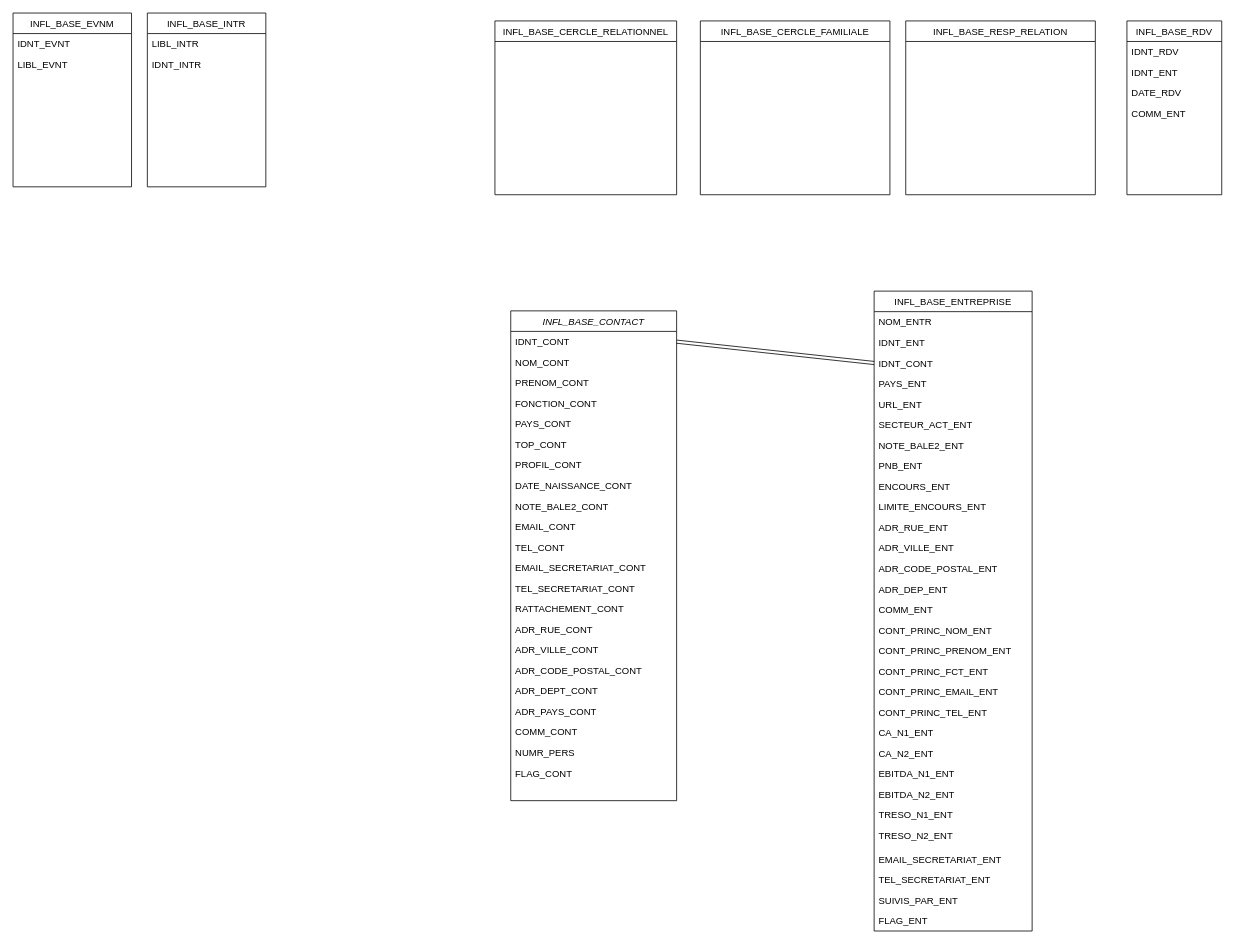
Earlier version of the draw.io diagram Diagramme sans nom.drawio (edou01/draw). Source tidied: cells renumbered, new cells numbered last; positions are measured from the earlier drawing's top-left corner, leaving out a move shared by most shapes. Both pictures are drawn from the tidied source at 79%, with x=0, y=0 at pixel (13, 13).
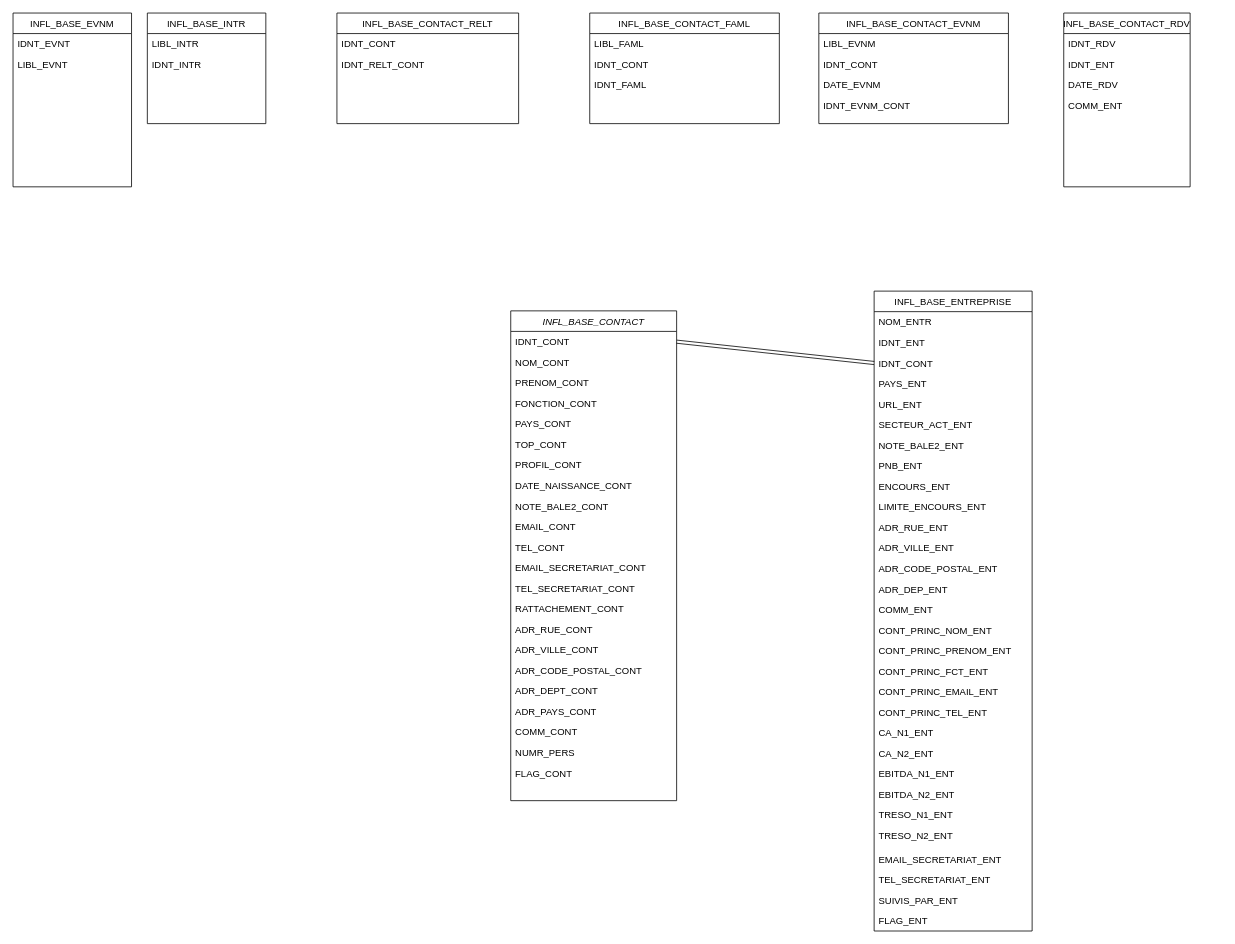
After the change.

Commit message:
Mettre à jour Diagramme sans nom.drawio

Diff of the diagram source:
```diff
@@
-    <mxCell id="25" value="INFL_BASE_RDV" style="swimlane;fontStyle=0;align=center;verticalAlign=top;horizontal=1;startSize=26;rounded=0;shadow=0;strokeWidth=1;" parent="1" vertex="1">
-      <mxGeometry x="1410" y="10" width="120" height="220" as="geometry" />
+    <mxCell id="25" value="INFL_BASE_CONTACT_RDV" style="swimlane;fontStyle=0;align=center;verticalAlign=top;horizontal=1;startSize=26;rounded=0;shadow=0;strokeWidth=1;" parent="1" vertex="1">
+      <mxGeometry x="1330" width="160" height="220" as="geometry" />
     </mxCell>
     <mxCell id="26" value="IDNT_RDV" style="text;align=left;verticalAlign=top;spacingLeft=4;spacingRight=4;overflow=hidden;rounded=0;shadow=0;html=0;" parent="25" vertex="1">
-      <mxGeometry y="26" width="120" height="26" as="geometry" />
+      <mxGeometry y="26" width="160" height="26" as="geometry" />
     </mxCell>
     <mxCell id="27" value="IDNT_ENT" style="text;align=left;verticalAlign=top;spacingLeft=4;spacingRight=4;overflow=hidden;rounded=0;shadow=0;html=0;" parent="25" vertex="1">
-      <mxGeometry y="52" width="120" height="26" as="geometry" />
+      <mxGeometry y="52" width="160" height="26" as="geometry" />
     </mxCell>
     <mxCell id="28" value="DATE_RDV" style="text;align=left;verticalAlign=top;spacingLeft=4;spacingRight=4;overflow=hidden;rounded=0;shadow=0;html=0;" parent="25" vertex="1">
-      <mxGeometry y="78" width="120" height="26" as="geometry" />
+      <mxGeometry y="78" width="160" height="26" as="geometry" />
     </mxCell>
     <mxCell id="29" value="COMM_ENT" style="text;align=left;verticalAlign=top;spacingLeft=4;spacingRight=4;overflow=hidden;rounded=0;shadow=0;html=0;" parent="25" vertex="1">
-      <mxGeometry y="104" width="120" height="26" as="geometry" />
+      <mxGeometry y="104" width="160" height="26" as="geometry" />
     </mxCell>
@@
     <mxCell id="61" value="INFL_BASE_INTR" style="swimlane;fontStyle=0;align=center;verticalAlign=top;horizontal=1;startSize=26;rounded=0;shadow=0;strokeWidth=1;" parent="1" vertex="1">
-      <mxGeometry x="170" width="150" height="220" as="geometry" />
+      <mxGeometry x="170" width="150" height="140" as="geometry" />
     </mxCell>
@@
-    <mxCell id="64" value="INFL_BASE_CERCLE_RELATIONNEL" style="swimlane;fontStyle=0;align=center;verticalAlign=top;horizontal=1;startSize=26;rounded=0;shadow=0;strokeWidth=1;" parent="1" vertex="1">
-      <mxGeometry x="610" y="10" width="230" height="220" as="geometry" />
+    <mxCell id="64" value="INFL_BASE_CONTACT_RELT" style="swimlane;fontStyle=0;align=center;verticalAlign=top;horizontal=1;startSize=26;rounded=0;shadow=0;strokeWidth=1;" parent="1" vertex="1">
+      <mxGeometry x="410" width="230" height="140" as="geometry" />
     </mxCell>
+    <mxCell id="71" value="IDNT_CONT       " style="text;align=left;verticalAlign=top;spacingLeft=4;spacingRight=4;overflow=hidden;rounded=0;shadow=0;html=0;" parent="64" vertex="1">
+      <mxGeometry y="26" width="230" height="26" as="geometry" />
+    </mxCell>
+    <mxCell id="72" value="IDNT_RELT_CONT  " style="text;align=left;verticalAlign=top;spacingLeft=4;spacingRight=4;overflow=hidden;rounded=0;shadow=0;html=0;" parent="64" vertex="1">
+      <mxGeometry y="52" width="230" height="26" as="geometry" />
+    </mxCell>
-    <mxCell id="65" value="INFL_BASE_CERCLE_FAMILIALE" style="swimlane;fontStyle=0;align=center;verticalAlign=top;horizontal=1;startSize=26;rounded=0;shadow=0;strokeWidth=1;" parent="1" vertex="1">
-      <mxGeometry x="870" y="10" width="240" height="220" as="geometry" />
+    <mxCell id="65" value="INFL_BASE_CONTACT_FAML" style="swimlane;fontStyle=0;align=center;verticalAlign=top;horizontal=1;startSize=26;rounded=0;shadow=0;strokeWidth=1;" parent="1" vertex="1">
+      <mxGeometry x="730" width="240" height="140" as="geometry" />
     </mxCell>
+    <mxCell id="73" value="LIBL_FAML  " style="text;align=left;verticalAlign=top;spacingLeft=4;spacingRight=4;overflow=hidden;rounded=0;shadow=0;html=0;" parent="65" vertex="1">
+      <mxGeometry y="26" width="240" height="26" as="geometry" />
+    </mxCell>
+    <mxCell id="74" value="IDNT_CONT  " style="text;align=left;verticalAlign=top;spacingLeft=4;spacingRight=4;overflow=hidden;rounded=0;shadow=0;html=0;" parent="65" vertex="1">
+      <mxGeometry y="52" width="240" height="26" as="geometry" />
+    </mxCell>
+    <mxCell id="75" value="IDNT_FAML  " style="text;align=left;verticalAlign=top;spacingLeft=4;spacingRight=4;overflow=hidden;rounded=0;shadow=0;html=0;" parent="65" vertex="1">
+      <mxGeometry y="78" width="240" height="26" as="geometry" />
+    </mxCell>
-    <mxCell id="66" value="INFL_BASE_RESP_RELATION" style="swimlane;fontStyle=0;align=center;verticalAlign=top;horizontal=1;startSize=26;rounded=0;shadow=0;strokeWidth=1;" parent="1" vertex="1">
-      <mxGeometry x="1130" y="10" width="240" height="220" as="geometry" />
+    <mxCell id="66" value="INFL_BASE_CONTACT_EVNM" style="swimlane;fontStyle=0;align=center;verticalAlign=top;horizontal=1;startSize=26;rounded=0;shadow=0;strokeWidth=1;" parent="1" vertex="1">
+      <mxGeometry x="1020" width="240" height="140" as="geometry" />
     </mxCell>
+    <mxCell id="76" value="LIBL_EVNM       " style="text;align=left;verticalAlign=top;spacingLeft=4;spacingRight=4;overflow=hidden;rounded=0;shadow=0;html=0;" parent="66" vertex="1">
+      <mxGeometry y="26" width="240" height="26" as="geometry" />
+    </mxCell>
+    <mxCell id="77" value="IDNT_CONT       " style="text;align=left;verticalAlign=top;spacingLeft=4;spacingRight=4;overflow=hidden;rounded=0;shadow=0;html=0;" parent="66" vertex="1">
+      <mxGeometry y="52" width="240" height="26" as="geometry" />
+    </mxCell>
+    <mxCell id="78" value="DATE_EVNM       " style="text;align=left;verticalAlign=top;spacingLeft=4;spacingRight=4;overflow=hidden;rounded=0;shadow=0;html=0;" parent="66" vertex="1">
+      <mxGeometry y="78" width="240" height="26" as="geometry" />
+    </mxCell>
+    <mxCell id="79" value="IDNT_EVNM_CONT  " style="text;align=left;verticalAlign=top;spacingLeft=4;spacingRight=4;overflow=hidden;rounded=0;shadow=0;html=0;" parent="66" vertex="1">
+      <mxGeometry y="104" width="240" height="26" as="geometry" />
+    </mxCell>
```
